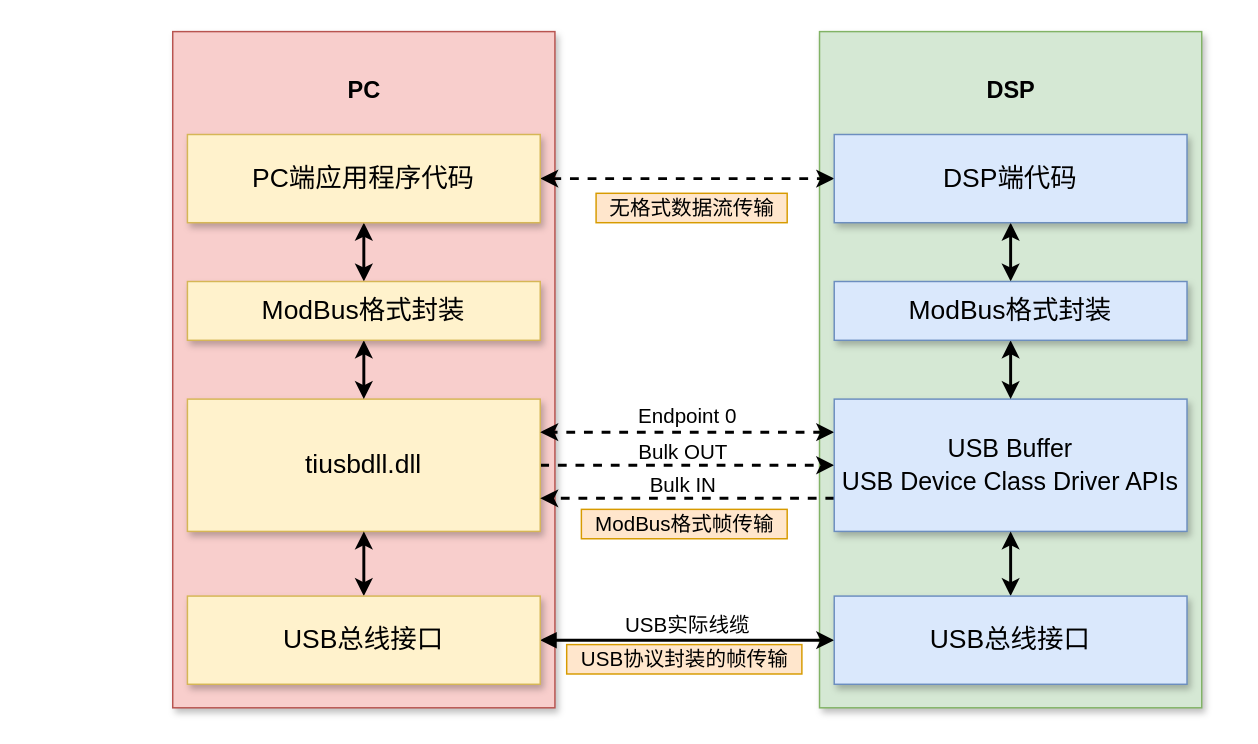
Above: page "通信数据流" (1 of 4) of Untitled Diagram.drawio in fuxinsen/test (draw.io), before the change. Source tidied: cells renumbered, new cells numbered last; positions are measured from the earlier drawing's top-left corner, leaving out a move shared by most shapes. Both pictures are drawn from the tidied source at 147%, with x=0, y=0 at pixel (172, 31).
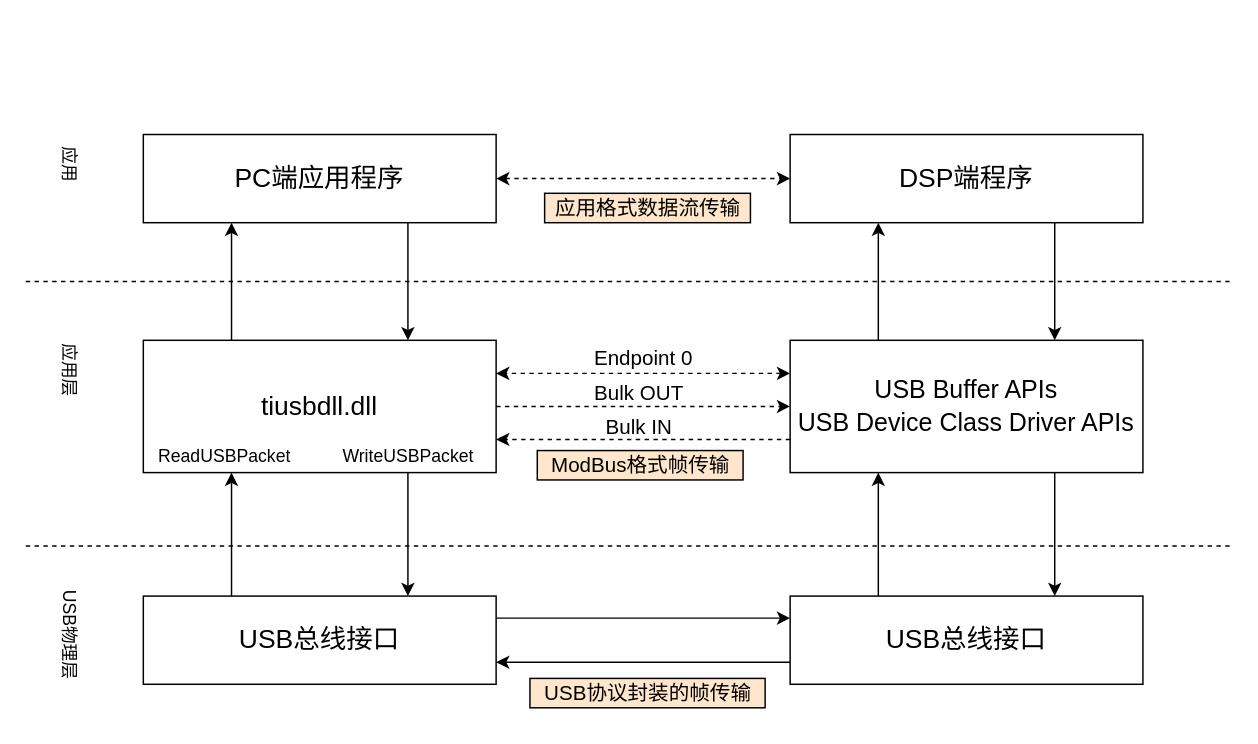
After the change.

What changed in the source:
```diff
@@
-    <mxCell id="2" style="whiteSpace=wrap;html=1;shadow=1;fontSize=18;sketch=0;rounded=0;glass=0;fillColor=#d5e8d4;strokeColor=#82b366;" parent="1" vertex="1">
-      <mxGeometry x="440" width="260" height="460" as="geometry" />
-    </mxCell>
-    <mxCell id="3" value="&lt;div&gt;&lt;br&gt;&lt;/div&gt;" style="whiteSpace=wrap;html=1;shadow=1;fontSize=18;sketch=0;rounded=0;glass=0;align=center;fillColor=#f8cecc;strokeColor=#b85450;" parent="1" vertex="1">
-      <mxGeometry width="260" height="460" as="geometry" />
-    </mxCell>
-    <mxCell id="4" style="edgeStyle=orthogonalEdgeStyle;rounded=0;sketch=0;jettySize=auto;html=1;entryX=0;entryY=0.5;entryDx=0;entryDy=0;shadow=0;dashed=1;startArrow=none;startFill=0;strokeColor=#000000;strokeWidth=2;fillColor=none;" parent="1" edge="1" source="5" target="11">
+    <mxCell id="4" style="edgeStyle=orthogonalEdgeStyle;rounded=0;sketch=0;jettySize=auto;html=1;entryX=0;entryY=0.5;entryDx=0;entryDy=0;shadow=0;dashed=1;startArrow=none;startFill=0;strokeWidth=1;fillColor=none;" parent="1" edge="1" source="5" target="11">
       <mxGeometry relative="1" as="geometry" />
     </mxCell>
+    <mxCell id="32" style="edgeStyle=orthogonalEdgeStyle;rounded=0;jettySize=auto;html=1;exitX=0.25;exitY=0;exitDx=0;exitDy=0;entryX=0.25;entryY=1;entryDx=0;entryDy=0;strokeWidth=1;shadow=0;" parent="1" edge="1" source="5" target="16">
+      <mxGeometry relative="1" as="geometry" />
+    </mxCell>
+    <mxCell id="33" style="edgeStyle=orthogonalEdgeStyle;rounded=0;jettySize=auto;html=1;exitX=0.75;exitY=1;exitDx=0;exitDy=0;entryX=0.75;entryY=0;entryDx=0;entryDy=0;strokeWidth=1;shadow=0;" parent="1" edge="1" source="5" target="8">
+      <mxGeometry relative="1" as="geometry" />
+    </mxCell>
-    <mxCell id="5" value="tiusbdll.dll" style="whiteSpace=wrap;html=1;shadow=1;fontSize=18;sketch=0;rounded=0;glass=0;strokeColor=#d6b656;fillColor=#fff2cc;" parent="1" vertex="1">
-      <mxGeometry x="10" y="250" width="240" height="90" as="geometry" />
+    <mxCell id="5" value="tiusbdll.dll" style="whiteSpace=wrap;html=1;shadow=0;fontSize=18;sketch=0;rounded=0;glass=0;strokeWidth=1;fillColor=none;" parent="1" vertex="1">
+      <mxGeometry x="-20" y="210" width="240" height="90" as="geometry" />
     </mxCell>
+    <mxCell id="7" style="edgeStyle=orthogonalEdgeStyle;rounded=0;jettySize=auto;html=1;exitX=0.25;exitY=0;exitDx=0;exitDy=0;entryX=0.25;entryY=1;entryDx=0;entryDy=0;strokeWidth=1;shadow=0;" parent="1" edge="1" source="8" target="5">
+      <mxGeometry relative="1" as="geometry" />
+    </mxCell>
-    <mxCell id="6" style="edgeStyle=orthogonalEdgeStyle;rounded=0;jettySize=auto;html=1;entryX=0;entryY=0.5;entryDx=0;entryDy=0;startArrow=block;strokeWidth=2;" parent="1" edge="1" source="8" target="13">
+    <mxCell id="6" style="edgeStyle=orthogonalEdgeStyle;rounded=0;jettySize=auto;html=1;exitX=1;exitY=0.25;exitDx=0;exitDy=0;entryX=0;entryY=0.25;entryDx=0;entryDy=0;strokeWidth=1;shadow=0;" parent="1" edge="1" source="8" target="13">
       <mxGeometry relative="1" as="geometry" />
     </mxCell>
-    <mxCell id="7" style="edgeStyle=orthogonalEdgeStyle;rounded=0;sketch=0;jettySize=auto;html=1;exitX=0.5;exitY=0;exitDx=0;exitDy=0;entryX=0.5;entryY=1;entryDx=0;entryDy=0;shadow=0;startArrow=classic;startFill=1;strokeColor=#000000;strokeWidth=2;fillColor=none;" parent="1" edge="1" source="8" target="5">
-      <mxGeometry relative="1" as="geometry" />
-    </mxCell>
-    <mxCell id="8" value="USB总线接口" style="whiteSpace=wrap;html=1;shadow=1;fontSize=18;sketch=0;rounded=0;glass=0;strokeColor=#d6b656;fillColor=#fff2cc;" parent="1" vertex="1">
-      <mxGeometry x="10" y="384" width="240" height="60" as="geometry" />
+    <mxCell id="8" value="USB总线接口" style="whiteSpace=wrap;html=1;shadow=0;fontSize=18;sketch=0;rounded=0;glass=0;strokeWidth=1;fillColor=none;" parent="1" vertex="1">
+      <mxGeometry x="-20" y="384" width="240" height="60" as="geometry" />
     </mxCell>
-    <mxCell id="9" style="edgeStyle=orthogonalEdgeStyle;rounded=0;sketch=0;jettySize=auto;html=1;exitX=0;exitY=0.75;exitDx=0;exitDy=0;entryX=1;entryY=0.75;entryDx=0;entryDy=0;shadow=0;dashed=1;startArrow=none;startFill=0;strokeColor=#000000;strokeWidth=2;fillColor=none;" parent="1" edge="1" source="11" target="5">
+    <mxCell id="9" style="edgeStyle=orthogonalEdgeStyle;rounded=0;sketch=0;jettySize=auto;html=1;exitX=0;exitY=0.75;exitDx=0;exitDy=0;entryX=1;entryY=0.75;entryDx=0;entryDy=0;shadow=0;dashed=1;startArrow=none;startFill=0;strokeWidth=1;fillColor=none;" parent="1" edge="1" source="11" target="5">
       <mxGeometry relative="1" as="geometry" />
     </mxCell>
-    <mxCell id="10" style="edgeStyle=orthogonalEdgeStyle;rounded=0;sketch=0;jettySize=auto;html=1;exitX=0;exitY=0.25;exitDx=0;exitDy=0;entryX=1;entryY=0.25;entryDx=0;entryDy=0;shadow=0;startArrow=classic;startFill=1;strokeColor=#000000;strokeWidth=2;fillColor=none;dashed=1;" parent="1" edge="1" source="11" target="5">
+    <mxCell id="10" style="edgeStyle=orthogonalEdgeStyle;rounded=0;sketch=0;jettySize=auto;html=1;exitX=0;exitY=0.25;exitDx=0;exitDy=0;entryX=1;entryY=0.25;entryDx=0;entryDy=0;shadow=0;startArrow=classic;startFill=1;strokeWidth=1;fillColor=none;dashed=1;" parent="1" edge="1" source="11" target="5">
       <mxGeometry relative="1" as="geometry">
         <Array as="points">
-          <mxPoint x="400" y="273" />
-          <mxPoint x="400" y="273" />
+          <mxPoint x="370" y="233" />
+          <mxPoint x="370" y="233" />
         </Array>
       </mxGeometry>
     </mxCell>
+    <mxCell id="34" style="edgeStyle=orthogonalEdgeStyle;rounded=0;jettySize=auto;html=1;exitX=0.25;exitY=0;exitDx=0;exitDy=0;entryX=0.25;entryY=1;entryDx=0;entryDy=0;strokeWidth=1;shadow=0;" parent="1" edge="1" source="11" target="18">
+      <mxGeometry relative="1" as="geometry" />
+    </mxCell>
+    <mxCell id="35" style="edgeStyle=orthogonalEdgeStyle;rounded=0;jettySize=auto;html=1;exitX=0.75;exitY=1;exitDx=0;exitDy=0;entryX=0.75;entryY=0;entryDx=0;entryDy=0;strokeWidth=1;shadow=0;" parent="1" edge="1" source="11" target="13">
+      <mxGeometry relative="1" as="geometry" />
+    </mxCell>
-    <mxCell id="11" value="&lt;font style=&quot;font-size: 17px&quot;&gt;USB Buffer&lt;br&gt;USB Device Class Driver APIs&lt;/font&gt;" style="whiteSpace=wrap;html=1;shadow=1;fontSize=18;sketch=0;rounded=0;glass=0;strokeColor=#6c8ebf;fillColor=#dae8fc;" parent="1" vertex="1">
-      <mxGeometry x="450" y="250" width="240" height="90" as="geometry" />
+    <mxCell id="11" value="&lt;font style=&quot;font-size: 17px&quot;&gt;USB Buffer APIs&lt;br&gt;USB Device Class Driver APIs&lt;/font&gt;" style="whiteSpace=wrap;html=1;shadow=0;fontSize=18;sketch=0;rounded=0;glass=0;strokeWidth=1;fillColor=none;" parent="1" vertex="1">
+      <mxGeometry x="420" y="210" width="240" height="90" as="geometry" />
     </mxCell>
-    <mxCell id="12" style="edgeStyle=orthogonalEdgeStyle;rounded=0;sketch=0;jettySize=auto;html=1;exitX=0.5;exitY=0;exitDx=0;exitDy=0;entryX=0.5;entryY=1;entryDx=0;entryDy=0;shadow=0;startArrow=classic;startFill=1;endArrow=classic;endFill=1;strokeColor=#000000;strokeWidth=2;fillColor=none;fontSize=18;" parent="1" edge="1" source="13" target="11">
+    <mxCell id="12" style="edgeStyle=orthogonalEdgeStyle;rounded=0;jettySize=auto;html=1;exitX=0.25;exitY=0;exitDx=0;exitDy=0;entryX=0.25;entryY=1;entryDx=0;entryDy=0;strokeWidth=1;shadow=0;" parent="1" edge="1" source="13" target="11">
       <mxGeometry relative="1" as="geometry" />
     </mxCell>
+    <mxCell id="36" style="edgeStyle=orthogonalEdgeStyle;rounded=0;jettySize=auto;html=1;exitX=0;exitY=0.75;exitDx=0;exitDy=0;entryX=1;entryY=0.75;entryDx=0;entryDy=0;strokeWidth=1;shadow=0;" parent="1" edge="1" source="13" target="8">
+      <mxGeometry relative="1" as="geometry" />
+    </mxCell>
-    <mxCell id="13" value="USB总线接口" style="whiteSpace=wrap;html=1;shadow=1;fontSize=18;sketch=0;rounded=0;glass=0;strokeColor=#6c8ebf;fillColor=#dae8fc;" parent="1" vertex="1">
-      <mxGeometry x="450" y="384" width="240" height="60" as="geometry" />
+    <mxCell id="13" value="USB总线接口" style="whiteSpace=wrap;html=1;shadow=0;fontSize=18;sketch=0;rounded=0;glass=0;strokeWidth=1;fillColor=none;" parent="1" vertex="1">
+      <mxGeometry x="420" y="384" width="240" height="60" as="geometry" />
     </mxCell>
-    <mxCell id="14" style="edgeStyle=orthogonalEdgeStyle;rounded=0;sketch=0;jettySize=auto;html=1;shadow=0;dashed=1;startArrow=classic;startFill=1;strokeColor=#000000;strokeWidth=2;fillColor=none;" parent="1" edge="1" source="16" target="18">
+    <mxCell id="14" style="edgeStyle=orthogonalEdgeStyle;rounded=0;sketch=0;jettySize=auto;html=1;shadow=0;dashed=1;startArrow=classic;startFill=1;strokeWidth=1;fillColor=none;" parent="1" edge="1" source="16" target="18">
       <mxGeometry relative="1" as="geometry" />
     </mxCell>
-    <mxCell id="15" style="edgeStyle=orthogonalEdgeStyle;rounded=0;sketch=0;jettySize=auto;html=1;shadow=0;startArrow=classic;startFill=1;strokeColor=#000000;strokeWidth=2;fillColor=none;fontSize=16;" parent="1" edge="1" source="16" target="29">
-      <mxGeometry relative="1" as="geometry" />
-    </mxCell>
+    <mxCell id="37" style="edgeStyle=orthogonalEdgeStyle;rounded=0;jettySize=auto;html=1;exitX=0.75;exitY=1;exitDx=0;exitDy=0;entryX=0.75;entryY=0;entryDx=0;entryDy=0;strokeWidth=1;shadow=0;" parent="1" edge="1" source="16" target="5">
+      <mxGeometry relative="1" as="geometry" />
+    </mxCell>
-    <mxCell id="16" value="PC端应用程序代码" style="whiteSpace=wrap;html=1;shadow=1;fontSize=18;sketch=0;rounded=0;glass=0;strokeColor=#d6b656;fillColor=#fff2cc;" parent="1" vertex="1">
-      <mxGeometry x="10" y="70" width="240" height="60" as="geometry" />
+    <mxCell id="16" value="PC端应用程序" style="whiteSpace=wrap;html=1;shadow=0;fontSize=18;sketch=0;rounded=0;glass=0;strokeWidth=1;fillColor=none;" parent="1" vertex="1">
+      <mxGeometry x="-20" y="70" width="240" height="60" as="geometry" />
     </mxCell>
-    <mxCell id="17" style="edgeStyle=orthogonalEdgeStyle;rounded=0;sketch=0;jettySize=auto;html=1;shadow=0;startArrow=classic;startFill=1;strokeColor=#000000;strokeWidth=2;fillColor=none;fontSize=16;" parent="1" edge="1" source="18" target="31">
-      <mxGeometry relative="1" as="geometry" />
-    </mxCell>
+    <mxCell id="38" style="edgeStyle=orthogonalEdgeStyle;rounded=0;jettySize=auto;html=1;exitX=0.75;exitY=1;exitDx=0;exitDy=0;entryX=0.75;entryY=0;entryDx=0;entryDy=0;strokeWidth=1;shadow=0;" parent="1" edge="1" source="18" target="11">
+      <mxGeometry relative="1" as="geometry" />
+    </mxCell>
-    <mxCell id="18" value="&lt;span&gt;DSP端代码&lt;/span&gt;" style="whiteSpace=wrap;html=1;shadow=1;fontSize=18;sketch=0;rounded=0;glass=0;strokeColor=#6c8ebf;fillColor=#dae8fc;" parent="1" vertex="1">
-      <mxGeometry x="450" y="70" width="240" height="60" as="geometry" />
+    <mxCell id="18" value="&lt;span&gt;DSP端程序&lt;/span&gt;" style="whiteSpace=wrap;html=1;shadow=0;fontSize=18;sketch=0;rounded=0;glass=0;fillColor=none;strokeWidth=1;" parent="1" vertex="1">
+      <mxGeometry x="420" y="70" width="240" height="60" as="geometry" />
     </mxCell>
-    <mxCell id="19" value="Endpoint 0" style="text;html=1;align=center;verticalAlign=middle;fontSize=14;" parent="1" vertex="1">
-      <mxGeometry x="310" y="252" width="80" height="20" as="geometry" />
+    <mxCell id="19" value="Endpoint 0" style="text;html=1;align=center;verticalAlign=middle;fontSize=14;shadow=0;strokeWidth=1;" parent="1" vertex="1">
+      <mxGeometry x="280" y="212" width="80" height="20" as="geometry" />
     </mxCell>
-    <mxCell id="20" value="Bulk OUT" style="text;html=1;align=center;verticalAlign=middle;fontSize=14;" parent="1" vertex="1">
-      <mxGeometry x="307" y="276" width="80" height="20" as="geometry" />
+    <mxCell id="20" value="Bulk OUT" style="text;html=1;align=center;verticalAlign=middle;fontSize=14;shadow=0;strokeWidth=1;" parent="1" vertex="1">
+      <mxGeometry x="277" y="236" width="80" height="20" as="geometry" />
     </mxCell>
-    <mxCell id="21" value="Bulk IN" style="text;html=1;align=center;verticalAlign=middle;fontSize=14;" parent="1" vertex="1">
-      <mxGeometry x="317" y="299" width="60" height="20" as="geometry" />
+    <mxCell id="21" value="Bulk IN" style="text;html=1;align=center;verticalAlign=middle;fontSize=14;shadow=0;strokeWidth=1;" parent="1" vertex="1">
+      <mxGeometry x="287" y="259" width="60" height="20" as="geometry" />
     </mxCell>
-    <mxCell id="22" value="USB实际线缆" style="text;html=1;align=center;verticalAlign=middle;fontSize=14;" parent="1" vertex="1">
-      <mxGeometry x="300" y="394" width="100" height="20" as="geometry" />
-    </mxCell>
-    <mxCell id="23" value="无格式数据流传输" style="text;html=1;align=center;verticalAlign=middle;fillColor=#ffe6cc;strokeColor=#d79b00;fontSize=14;" parent="1" vertex="1">
-      <mxGeometry x="288" y="110" width="130" height="20" as="geometry" />
+    <mxCell id="23" value="应用格式数据流传输" style="text;html=1;align=center;verticalAlign=middle;fillColor=#ffe6cc;fontSize=14;shadow=0;strokeColor=#000000;strokeWidth=1;" parent="1" vertex="1">
+      <mxGeometry x="253" y="110" width="140" height="20" as="geometry" />
     </mxCell>
-    <mxCell id="24" value="USB协议封装的帧传输" style="text;html=1;align=center;verticalAlign=middle;fillColor=#ffe6cc;strokeColor=#d79b00;fontSize=14;" parent="1" vertex="1">
-      <mxGeometry x="268" y="417" width="160" height="20" as="geometry" />
+    <mxCell id="24" value="USB协议封装的帧传输" style="text;html=1;align=center;verticalAlign=middle;fillColor=#ffe6cc;fontSize=14;shadow=0;strokeColor=#000000;strokeWidth=1;" parent="1" vertex="1">
+      <mxGeometry x="243" y="440" width="160" height="20" as="geometry" />
     </mxCell>
-    <mxCell id="25" value="ModBus格式帧传输" style="text;html=1;align=center;verticalAlign=middle;fillColor=#ffe6cc;strokeColor=#d79b00;fontSize=14;" parent="1" vertex="1">
-      <mxGeometry x="278" y="325" width="140" height="20" as="geometry" />
+    <mxCell id="25" value="ModBus格式帧传输" style="text;html=1;align=center;verticalAlign=middle;fillColor=#ffe6cc;fontSize=14;shadow=0;strokeColor=#000000;strokeWidth=1;" parent="1" vertex="1">
+      <mxGeometry x="248" y="285" width="140" height="20" as="geometry" />
     </mxCell>
-    <mxCell id="26" value="PC" style="text;html=1;align=center;verticalAlign=middle;fontSize=16;fontStyle=1;" parent="1" vertex="1">
-      <mxGeometry x="110" y="30" width="40" height="20" as="geometry" />
-    </mxCell>
-    <mxCell id="27" value="DSP" style="text;html=1;align=center;verticalAlign=middle;fontSize=16;fontStyle=1;" parent="1" vertex="1">
-      <mxGeometry x="545" y="30" width="50" height="20" as="geometry" />
-    </mxCell>
-    <mxCell id="28" style="edgeStyle=orthogonalEdgeStyle;rounded=0;sketch=0;jettySize=auto;html=1;shadow=0;startArrow=classic;startFill=1;strokeColor=#000000;strokeWidth=2;fillColor=none;fontSize=16;" parent="1" edge="1" source="29" target="5">
-      <mxGeometry relative="1" as="geometry" />
-    </mxCell>
-    <mxCell id="29" value="ModBus格式封装" style="whiteSpace=wrap;html=1;shadow=1;fontSize=18;sketch=0;rounded=0;glass=0;strokeColor=#d6b656;fillColor=#fff2cc;" parent="1" vertex="1">
-      <mxGeometry x="10" y="170" width="240" height="40" as="geometry" />
-    </mxCell>
-    <mxCell id="30" style="edgeStyle=orthogonalEdgeStyle;rounded=0;sketch=0;jettySize=auto;html=1;shadow=0;startArrow=classic;startFill=1;strokeColor=#000000;strokeWidth=2;fillColor=none;fontSize=16;" parent="1" edge="1" source="31" target="11">
-      <mxGeometry relative="1" as="geometry" />
-    </mxCell>
-    <mxCell id="31" value="ModBus格式封装" style="whiteSpace=wrap;html=1;shadow=1;fontSize=18;sketch=0;rounded=0;glass=0;strokeColor=#6c8ebf;fillColor=#dae8fc;" parent="1" vertex="1">
-      <mxGeometry x="450" y="170" width="240" height="40" as="geometry" />
-    </mxCell>
+    <mxCell id="39" value="ReadUSBPacket" style="text;html=1;align=center;verticalAlign=middle;strokeColor=none;" parent="1" vertex="1">
+      <mxGeometry x="-20" y="279" width="110" height="20" as="geometry" />
+    </mxCell>
+    <mxCell id="40" value="WriteUSBPacket" style="text;html=1;align=center;verticalAlign=middle;strokeColor=none;" parent="1" vertex="1">
+      <mxGeometry x="110" y="279" width="100" height="20" as="geometry" />
+    </mxCell>
+    <mxCell id="41" style="endArrow=none;dashed=1;html=1;shadow=0;strokeColor=#000000;strokeWidth=1;" parent="1" edge="1">
+      <mxGeometry relative="1" as="geometry">
+        <mxPoint x="-100" y="350" as="sourcePoint" />
+        <mxPoint x="720" y="350" as="targetPoint" />
+      </mxGeometry>
+    </mxCell>
+    <mxCell id="42" value="USB物理层" style="text;html=1;align=center;verticalAlign=middle;strokeColor=none;rotation=90;" parent="1" vertex="1">
+      <mxGeometry x="-110" y="400" width="80" height="20" as="geometry" />
+    </mxCell>
+    <mxCell id="43" style="endArrow=none;dashed=1;html=1;shadow=0;strokeColor=#000000;strokeWidth=1;" parent="1" edge="1">
+      <mxGeometry relative="1" as="geometry">
+        <mxPoint x="-100" y="170" as="sourcePoint" />
+        <mxPoint x="720" y="170" as="targetPoint" />
+      </mxGeometry>
+    </mxCell>
+    <mxCell id="44" value="应用层" style="text;html=1;align=center;verticalAlign=middle;strokeColor=none;rotation=90;" parent="1" vertex="1">
+      <mxGeometry x="-95" y="220" width="50" height="20" as="geometry" />
+    </mxCell>
+    <mxCell id="45" value="应用" style="text;html=1;align=center;verticalAlign=middle;strokeColor=none;rotation=90;" parent="1" vertex="1">
+      <mxGeometry x="-90" y="80" width="40" height="20" as="geometry" />
+    </mxCell>
```
